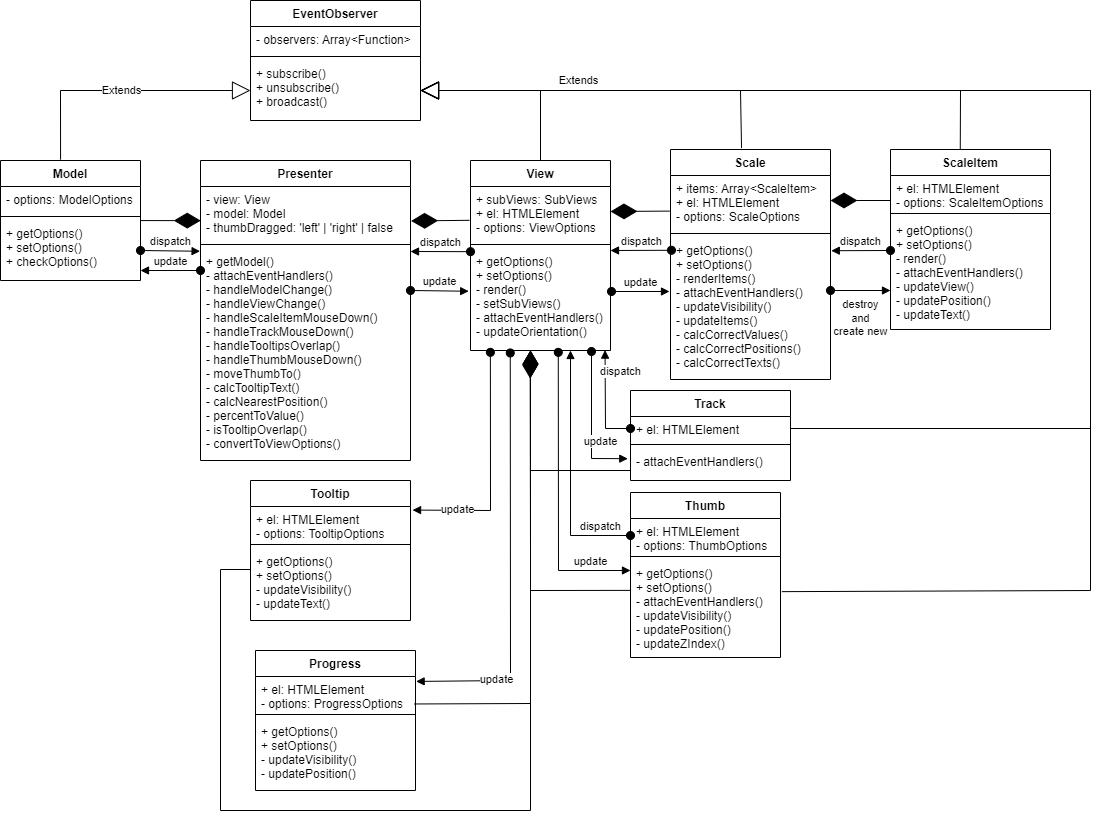
The draw.io diagram docs/classes-diagram.png in staya-bomjei/range-slider, before a commit. Source tidied: cells renumbered, new cells last; positions are measured from the earlier drawing's top-left corner, leaving out a move shared by most shapes.
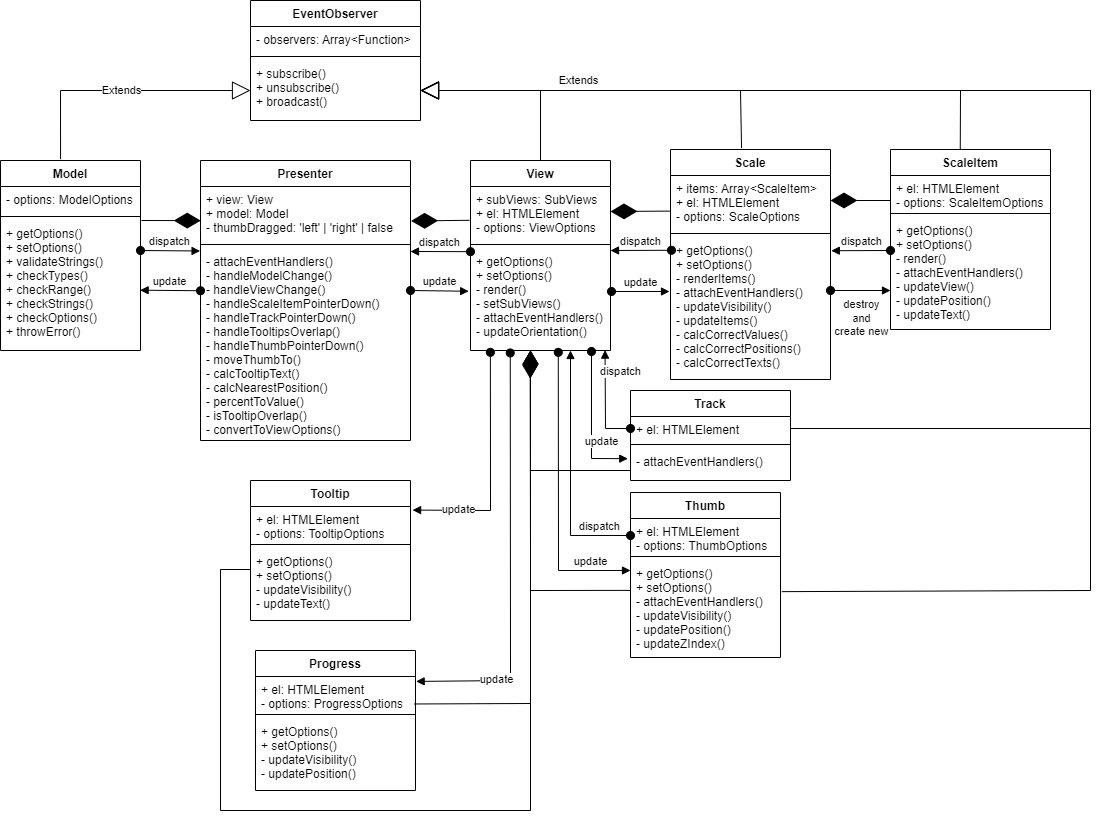
Later version of the same file.

What changed in the source:
```diff
@@ -15,7 +15,7 @@
       <mxGeometry y="60" width="170" height="60" as="geometry" />
     </mxCell>
     <mxCell id="6" value="Model" style="swimlane;fontStyle=1;align=center;verticalAlign=top;horizontal=1;startSize=26;" parent="1" vertex="1">
-      <mxGeometry y="160" width="140" height="120" as="geometry" />
+      <mxGeometry y="160" width="140" height="190" as="geometry" />
     </mxCell>
     <mxCell id="7" value="- options: ModelOptions" style="text;strokeColor=none;fillColor=none;align=left;verticalAlign=top;spacingLeft=4;spacingRight=4;overflow=hidden;" parent="6" vertex="1">
       <mxGeometry y="26" width="140" height="26" as="geometry" />
@@ -23,8 +23,8 @@
     <mxCell id="8" style="line;strokeWidth=1;fillColor=none;align=left;verticalAlign=middle;spacingTop=-1;spacingLeft=3;spacingRight=3;labelPosition=right;" parent="6" vertex="1">
       <mxGeometry y="52" width="140" height="8" as="geometry" />
     </mxCell>
-    <mxCell id="9" value="+ getOptions()&#10;+ setOptions()&#10;+ checkOptions()" style="text;strokeColor=none;fillColor=none;align=left;verticalAlign=top;spacingLeft=4;spacingRight=4;overflow=hidden;points=[[0,0.5],[1,0.5]];portConstraint=eastwest;" parent="6" vertex="1">
-      <mxGeometry y="60" width="140" height="60" as="geometry" />
+    <mxCell id="9" value="+ getOptions()&#10;+ setOptions()&#10;+ validateStrings()&#10;+ checkTypes()&#10;+ checkRange()&#10;+ checkStrings()&#10;+ checkOptions()&#10;+ throwError()" style="text;strokeColor=none;fillColor=none;align=left;verticalAlign=top;spacingLeft=4;spacingRight=4;overflow=hidden;points=[[0,0.5],[1,0.5]];portConstraint=eastwest;" parent="6" vertex="1">
+      <mxGeometry y="60" width="140" height="130" as="geometry" />
     </mxCell>
     <mxCell id="10" value="View" style="swimlane;fontStyle=1;align=center;verticalAlign=top;horizontal=1;startSize=26;" parent="1" vertex="1">
       <mxGeometry x="470" y="160" width="140" height="190" as="geometry" />
@@ -39,16 +39,16 @@
       <mxGeometry y="88" width="140" height="102" as="geometry" />
     </mxCell>
     <mxCell id="14" value="Presenter" style="swimlane;fontStyle=1;align=center;verticalAlign=top;horizontal=1;startSize=26;" parent="1" vertex="1">
-      <mxGeometry x="200" y="160" width="210" height="300" as="geometry" />
+      <mxGeometry x="200" y="160" width="210" height="280" as="geometry" />
     </mxCell>
-    <mxCell id="15" value="- view: View&#10;- model: Model&#10;- thumbDragged: 'left' | 'right' | false " style="text;strokeColor=none;fillColor=none;align=left;verticalAlign=top;spacingLeft=4;spacingRight=4;overflow=hidden;points=[[0,0.5],[1,0.5]];portConstraint=eastwest;" parent="14" vertex="1">
+    <mxCell id="15" value="+ view: View&#10;+ model: Model&#10;- thumbDragged: 'left' | 'right' | false " style="text;strokeColor=none;fillColor=none;align=left;verticalAlign=top;spacingLeft=4;spacingRight=4;overflow=hidden;points=[[0,0.5],[1,0.5]];portConstraint=eastwest;" parent="14" vertex="1">
       <mxGeometry y="26" width="210" height="54" as="geometry" />
     </mxCell>
     <mxCell id="16" style="line;strokeWidth=1;fillColor=none;align=left;verticalAlign=middle;spacingTop=-1;spacingLeft=3;spacingRight=3;labelPosition=right;" parent="14" vertex="1">
       <mxGeometry y="80" width="210" height="8" as="geometry" />
     </mxCell>
-    <mxCell id="17" value="+ getModel()&#10;- attachEventHandlers()&#10;- handleModelChange()&#10;- handleViewChange()&#10;- handleScaleItemMouseDown()&#10;- handleTrackMouseDown()&#10;- handleTooltipsOverlap()&#10;- handleThumbMouseDown()&#10;- moveThumbTo()&#10;- calcTooltipText()&#10;- calcNearestPosition()&#10;- percentToValue()&#10;- isTooltipOverlap()&#10;- convertToViewOptions()&#10;" style="text;strokeColor=none;fillColor=none;align=left;verticalAlign=top;spacingLeft=4;spacingRight=4;overflow=hidden;points=[[0,0.5],[1,0.5]];portConstraint=eastwest;" parent="14" vertex="1">
-      <mxGeometry y="88" width="210" height="212" as="geometry" />
+    <mxCell id="17" value="- attachEventHandlers()&#10;- handleModelChange()&#10;- handleViewChange()&#10;- handleScaleItemPointerDown()&#10;- handleTrackPointerDown()&#10;- handleTooltipsOverlap()&#10;- handleThumbPointerDown()&#10;- moveThumbTo()&#10;- calcTooltipText()&#10;- calcNearestPosition()&#10;- percentToValue()&#10;- isTooltipOverlap()&#10;- convertToViewOptions()" style="text;strokeColor=none;fillColor=none;align=left;verticalAlign=top;spacingLeft=4;spacingRight=4;overflow=hidden;points=[[0,0.5],[1,0.5]];portConstraint=eastwest;" parent="14" vertex="1">
+      <mxGeometry y="88" width="210" height="192" as="geometry" />
     </mxCell>
     <mxCell id="18" value="Progress" style="swimlane;fontStyle=1;align=center;verticalAlign=top;horizontal=1;startSize=26;" parent="1" vertex="1">
       <mxGeometry x="255" y="650" width="160" height="140" as="geometry" />
@@ -166,8 +166,10 @@
         </Array>
       </mxGeometry>
     </mxCell>
-    <mxCell id="48" style="endArrow=diamondThin;endFill=1;endSize=24;html=1;rounded=0;entryX=0.001;entryY=0.632;entryDx=0;entryDy=0;entryPerimeter=0;" parent="1" edge="1" source="6" target="15">
-      <mxGeometry relative="1" as="geometry" />
+    <mxCell id="48" style="endArrow=diamondThin;endFill=1;endSize=24;html=1;rounded=0;entryX=0.001;entryY=0.632;entryDx=0;entryDy=0;entryPerimeter=0;" parent="1" edge="1" target="15">
+      <mxGeometry relative="1" as="geometry">
+        <mxPoint x="141" y="220" as="sourcePoint" />
+      </mxGeometry>
     </mxCell>
     <mxCell id="49" style="endArrow=diamondThin;endFill=1;endSize=24;html=1;rounded=0;exitX=-0.007;exitY=0.626;exitDx=0;exitDy=0;entryX=1.003;entryY=0.638;entryDx=0;entryDy=0;entryPerimeter=0;exitPerimeter=0;" parent="1" edge="1" source="11" target="15">
       <mxGeometry relative="1" as="geometry" />
@@ -219,14 +221,13 @@
         <mxPoint x="830" y="200" as="targetPoint" />
       </mxGeometry>
     </mxCell>
-    <mxCell id="56" value="dispatch" style="html=1;verticalAlign=bottom;startArrow=oval;startFill=1;endArrow=block;startSize=8;rounded=0;exitX=1;exitY=0.5;exitDx=0;exitDy=0;entryX=-0.002;entryY=0.013;entryDx=0;entryDy=0;entryPerimeter=0;" parent="1" edge="1" source="9" target="17">
-      <mxGeometry relative="1" as="geometry" />
+    <mxCell id="56" value="dispatch" style="html=1;verticalAlign=bottom;startArrow=oval;startFill=1;endArrow=block;startSize=8;rounded=0;entryX=-0.002;entryY=0.013;entryDx=0;entryDy=0;entryPerimeter=0;" parent="1" edge="1" target="17">
+      <mxGeometry relative="1" as="geometry">
+        <mxPoint x="140" y="250" as="sourcePoint" />
+      </mxGeometry>
     </mxCell>
-    <mxCell id="57" value="update" style="html=1;verticalAlign=bottom;startArrow=oval;startFill=1;endArrow=block;startSize=8;rounded=0;" parent="1" edge="1">
-      <mxGeometry relative="1" as="geometry">
-        <mxPoint x="200" y="270" as="sourcePoint" />
-        <mxPoint x="140" y="270" as="targetPoint" />
-      </mxGeometry>
+    <mxCell id="57" value="update" style="html=1;verticalAlign=bottom;startArrow=oval;startFill=1;endArrow=block;startSize=8;rounded=0;entryX=0.997;entryY=0.536;entryDx=0;entryDy=0;exitX=0;exitY=0.22;exitDx=0;exitDy=0;exitPerimeter=0;entryPerimeter=0;" parent="1" edge="1" source="17" target="9">
+      <mxGeometry relative="1" as="geometry" />
     </mxCell>
     <mxCell id="58" value="dispatch" style="html=1;verticalAlign=bottom;startArrow=oval;startFill=1;endArrow=block;startSize=8;rounded=0;exitX=0;exitY=0.031;exitDx=0;exitDy=0;exitPerimeter=0;" parent="1" edge="1" source="13">
       <mxGeometry relative="1" as="geometry">
```
